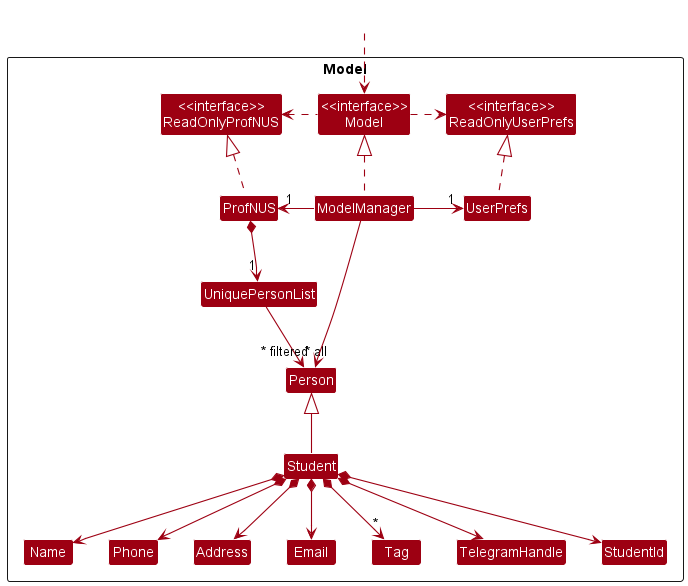
The PlantUML diagram docs/images/ModelClassDiagram.png in nus-cs2103-AY2223S1/tp, before a commit.
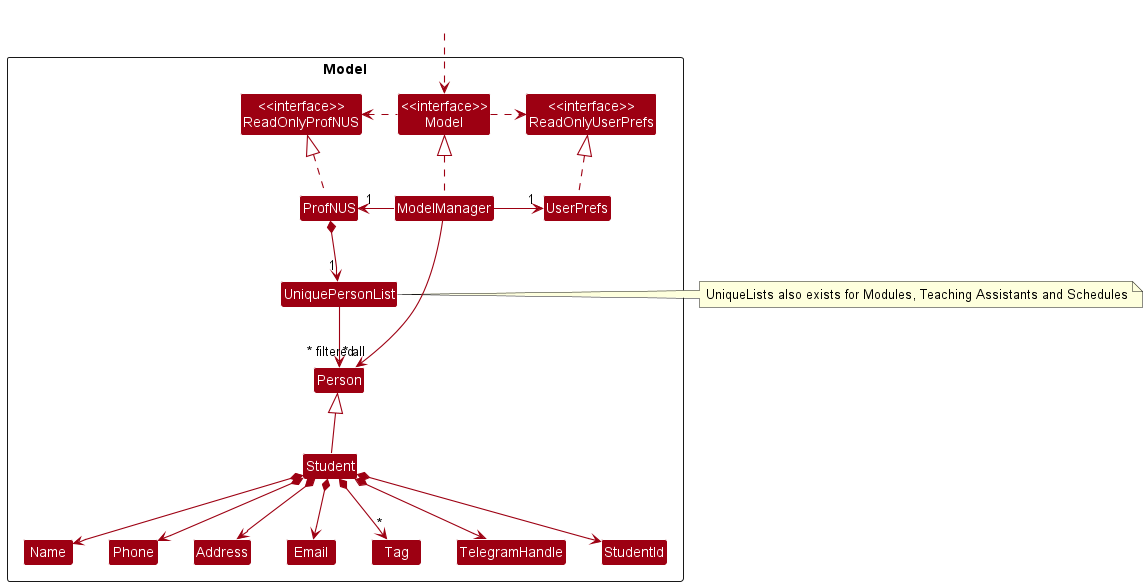
Above is the later version.

The edit, as a diff of the source:
```diff
@@ -52,5 +52,7 @@
 Phone -[hidden]right-> Address
 Address -[hidden]right-> Email
 
+note right of UniquePersonList : UniqueLists also exists for Modules, Teaching Assistants and Schedules
+
 ModelManager -->"~* filtered" Person
 @enduml
```
